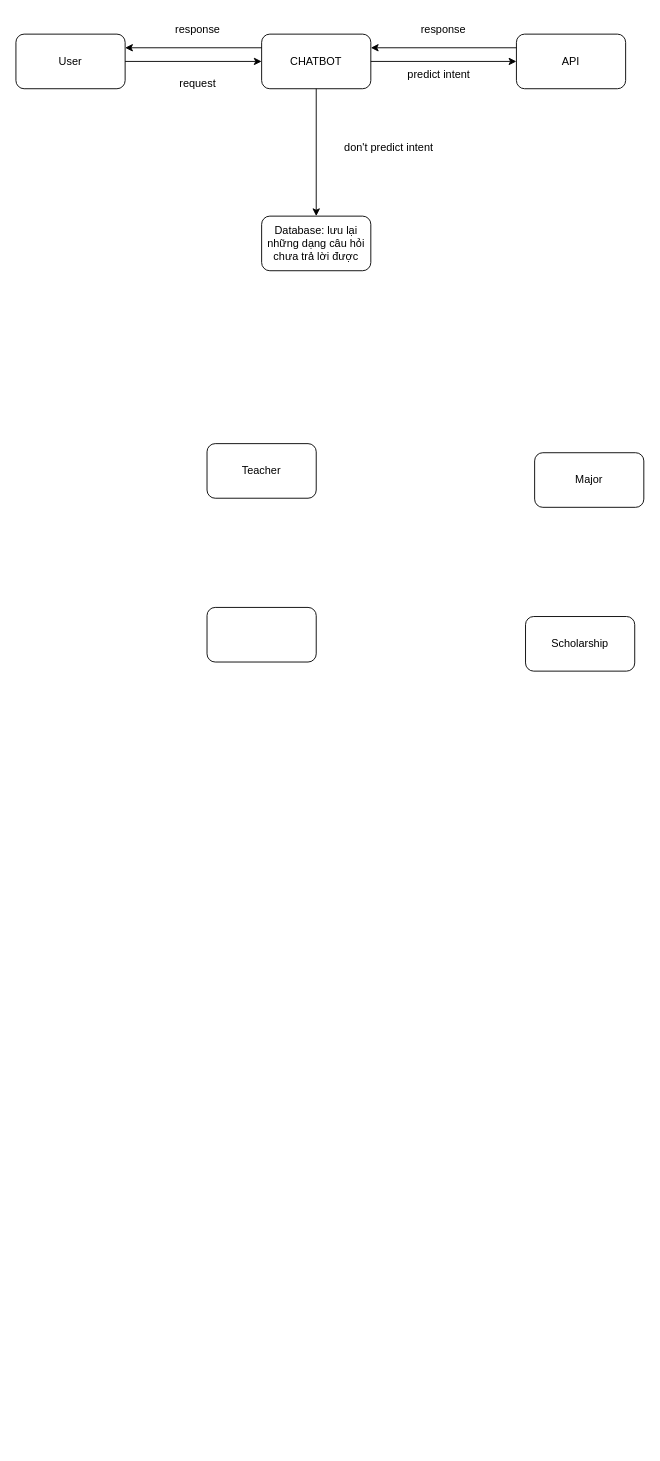
Above: design-system.drawio in Vo-Tien-Dat/chatbot (draw.io), before the change. Source tidied: cells renumbered, new cells numbered last; positions are measured from the earlier drawing's top-left corner, leaving out a move shared by most shapes. Both pictures are drawn from the tidied source at 91%, with x=0, y=0 at pixel (15, 15).
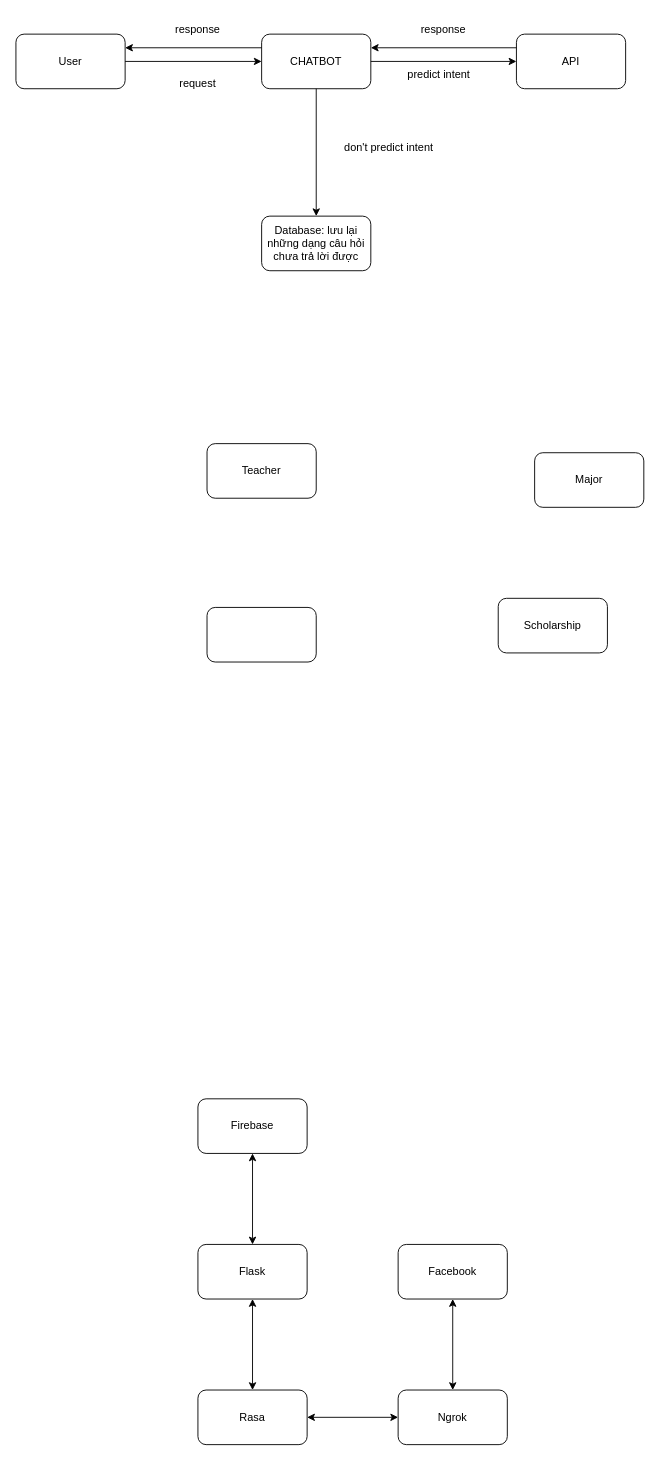
The same page after the edit.

What changed in the source:
```diff
@@
     <mxCell id="18" value="Scholarship" style="rounded=1;whiteSpace=wrap;html=1;" parent="1" vertex="1">
-      <mxGeometry x="560" y="660" width="120" height="60" as="geometry" />
+      <mxGeometry x="530" y="640" width="120" height="60" as="geometry" />
     </mxCell>
@@
+    <mxCell id="20" value="Firebase" style="rounded=1;whiteSpace=wrap;html=1;" parent="1" vertex="1">
+      <mxGeometry x="200" y="1190" width="120" height="60" as="geometry" />
+    </mxCell>
+    <mxCell id="21" value="Flask" style="rounded=1;whiteSpace=wrap;html=1;" parent="1" vertex="1">
+      <mxGeometry x="200" y="1350" width="120" height="60" as="geometry" />
+    </mxCell>
+    <mxCell id="22" value="Rasa" style="rounded=1;whiteSpace=wrap;html=1;" parent="1" vertex="1">
+      <mxGeometry x="200" y="1510" width="120" height="60" as="geometry" />
+    </mxCell>
+    <mxCell id="23" value="Ngrok" style="rounded=1;whiteSpace=wrap;html=1;" parent="1" vertex="1">
+      <mxGeometry x="420" y="1510" width="120" height="60" as="geometry" />
+    </mxCell>
+    <mxCell id="24" value="Facebook" style="rounded=1;whiteSpace=wrap;html=1;" parent="1" vertex="1">
+      <mxGeometry x="420" y="1350" width="120" height="60" as="geometry" />
+    </mxCell>
+    <mxCell id="25" style="endArrow=classic;startArrow=classic;html=1;entryX=0.5;entryY=1;entryDx=0;entryDy=0;exitX=0.5;exitY=0;exitDx=0;exitDy=0;" parent="1" edge="1" source="21" target="20">
+      <mxGeometry relative="1" as="geometry" />
+    </mxCell>
+    <mxCell id="26" style="endArrow=classic;startArrow=classic;html=1;entryX=0.5;entryY=1;entryDx=0;entryDy=0;exitX=0.5;exitY=0;exitDx=0;exitDy=0;" parent="1" edge="1" source="22" target="21">
+      <mxGeometry relative="1" as="geometry" />
+    </mxCell>
+    <mxCell id="27" style="endArrow=classic;startArrow=classic;html=1;entryX=0;entryY=0.5;entryDx=0;entryDy=0;exitX=1;exitY=0.5;exitDx=0;exitDy=0;" parent="1" edge="1" source="22" target="23">
+      <mxGeometry relative="1" as="geometry" />
+    </mxCell>
+    <mxCell id="28" style="endArrow=classic;startArrow=classic;html=1;entryX=0.5;entryY=1;entryDx=0;entryDy=0;exitX=0.5;exitY=0;exitDx=0;exitDy=0;" parent="1" edge="1" source="23" target="24">
+      <mxGeometry relative="1" as="geometry" />
+    </mxCell>
```
